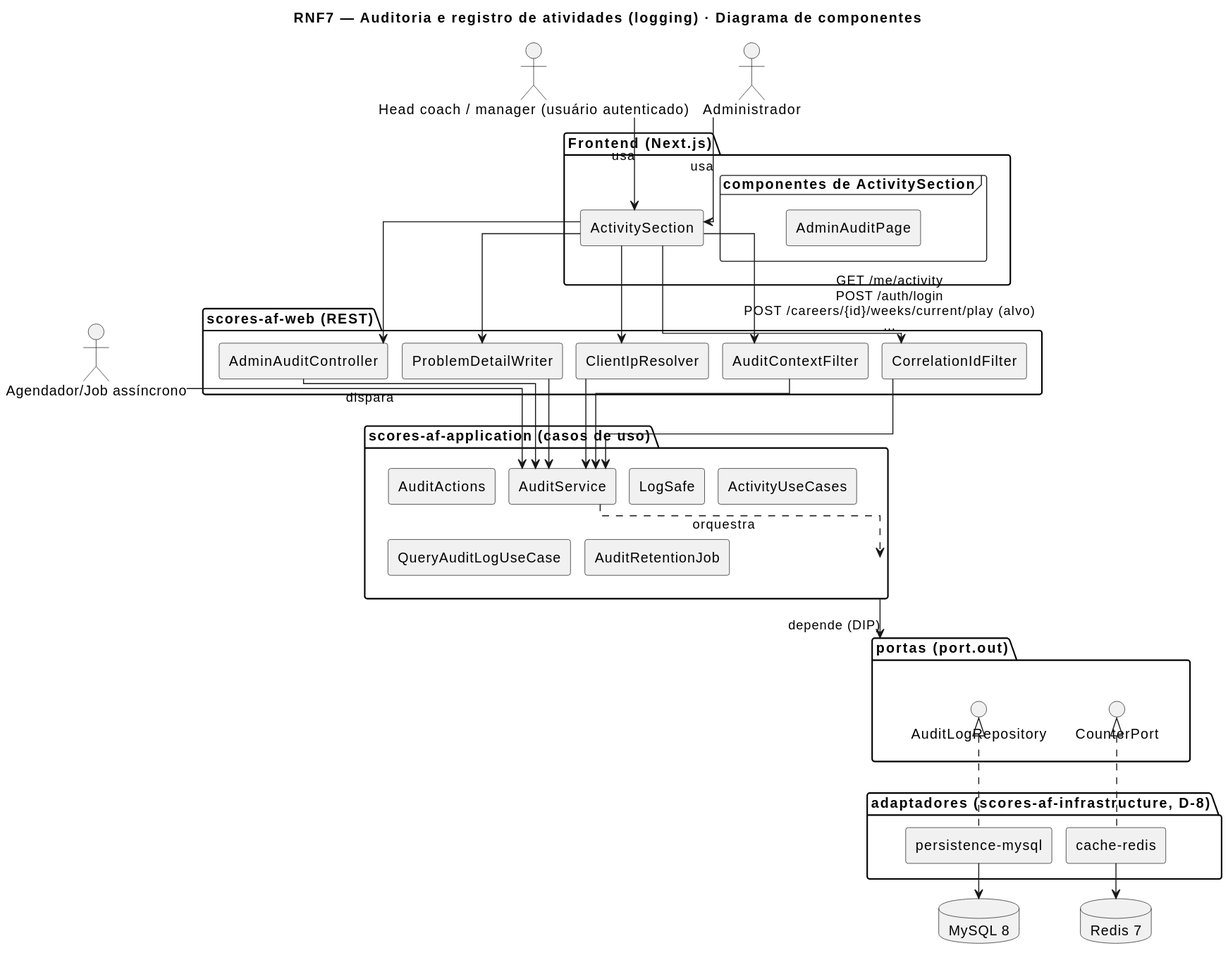
The PlantUML diagram docs/RNF7/RNF7-cmp.svg in MatheusHaliski/Scores-American-Football, before a commit.
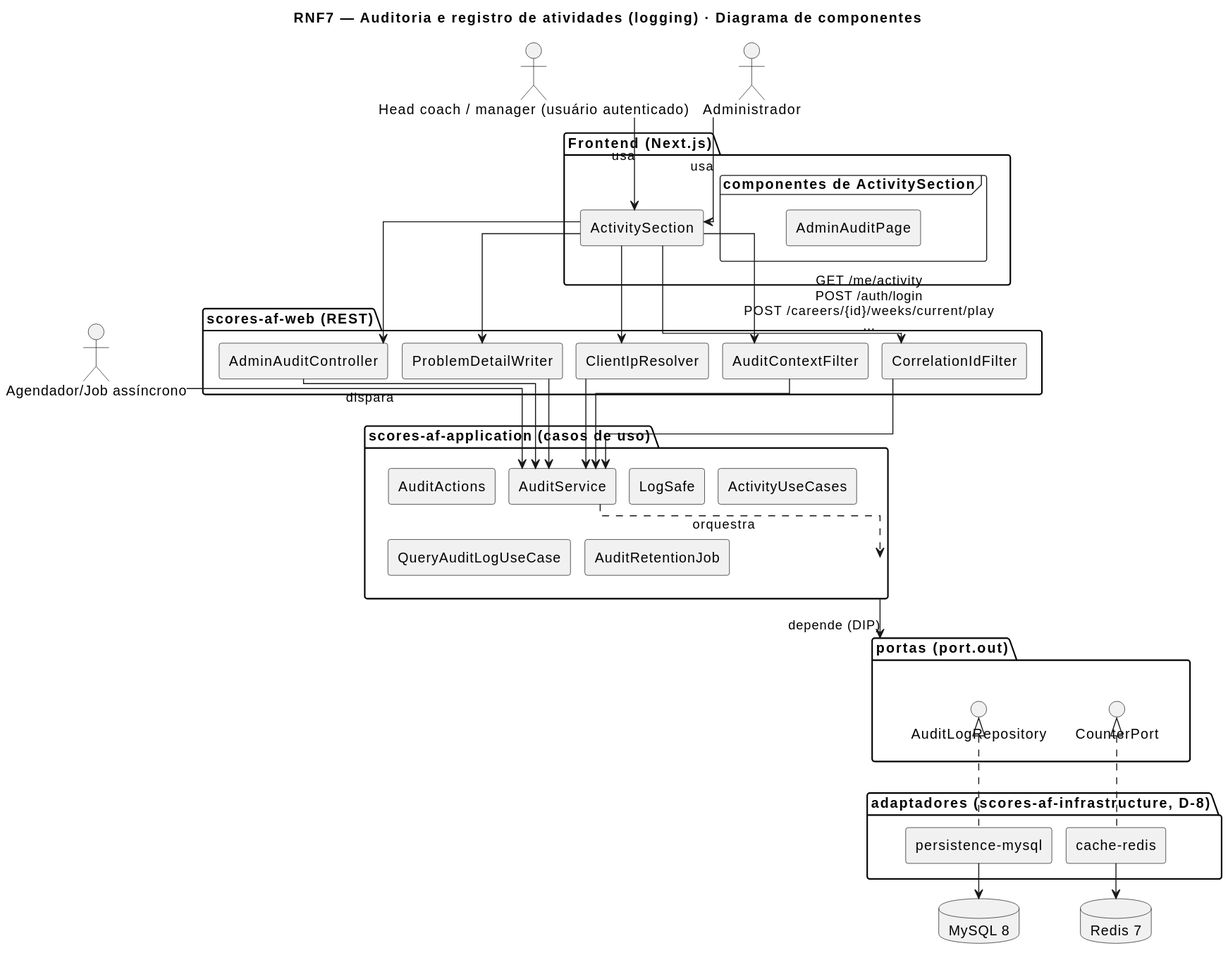
The same file after the commit.

What changed in the source:
```diff
@@ -41,7 +41,7 @@
 c1 --> c4 : usa
 c2 --> c4 : usa
 c3 --> c11 : dispara
-c4 --> c6 : GET /me/activity\nPOST /auth/login\nPOST /careers/{id}/weeks/current/play (alvo)\n…
+c4 --> c6 : GET /me/activity\nPOST /auth/login\nPOST /careers/{id}/weeks/current/play\n…
 c4 --> c7
 c4 --> c8
 c4 --> c9
```
